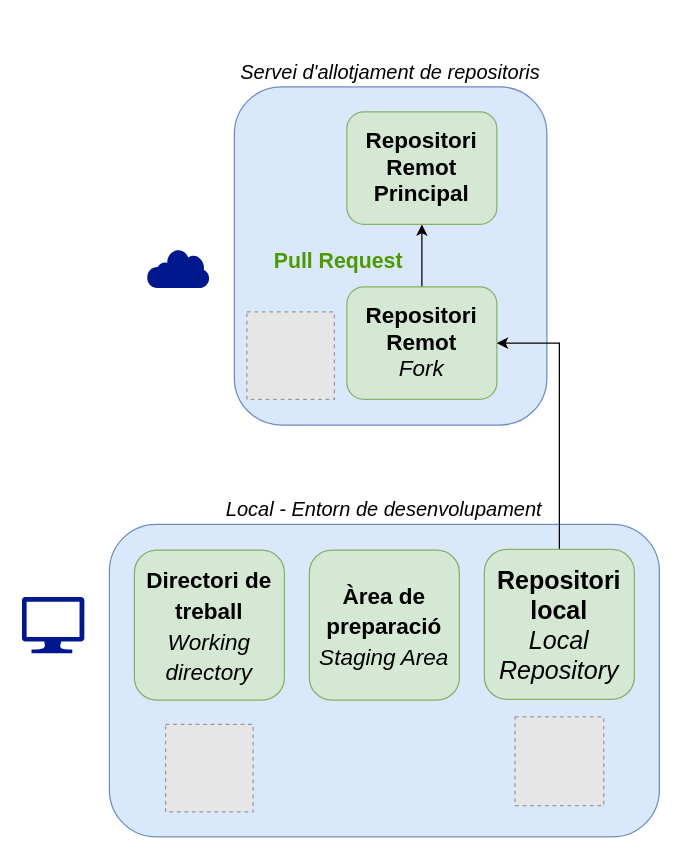
Before: docs/apunts/06_projectes/img/forks/fork.drawio in joapuiib/curs-git, a draw.io diagram. Source tidied: cells renumbered, new cells numbered last; positions are measured from the earlier drawing's top-left corner, leaving out a move shared by most shapes. Both pictures are drawn from the tidied source at 125%, with x=0, y=0 at pixel (21, 86). Pictures stored in the file or linked from it are replaced by grey dashed boxes.
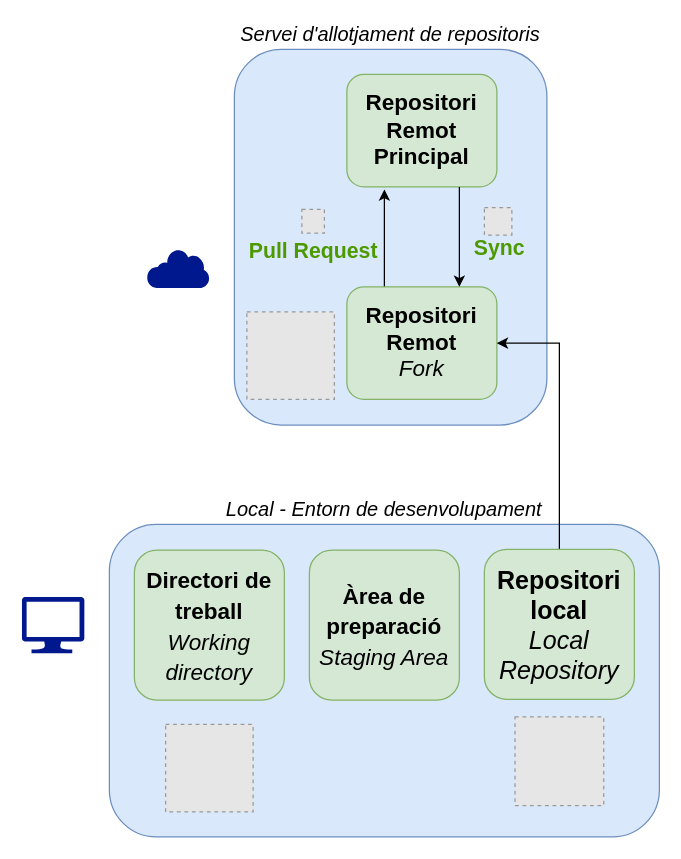
After the change.

What changed in the source:
```diff
@@
 <mxGraphModel>
   <root>
     <mxCell id="0" />
     <mxCell id="1" parent="0" />
     <mxCell id="2" value="&lt;i&gt;Servei d'allotjament de repositoris&lt;/i&gt;" style="rounded=1;whiteSpace=wrap;html=1;verticalAlign=bottom;labelPosition=center;verticalLabelPosition=top;align=center;textDirection=ltr;labelBackgroundColor=none;spacingTop=0;spacing=2;fontSize=16;fillColor=#dae8fc;strokeColor=#6c8ebf;" parent="1" vertex="1">
-      <mxGeometry x="170" width="250" height="270.5" as="geometry" />
+      <mxGeometry x="170" y="-30" width="250" height="300.5" as="geometry" />
     </mxCell>
     <mxCell id="3" value="&lt;i&gt;Local - Entorn de desenvolupament&lt;/i&gt;" style="rounded=1;whiteSpace=wrap;html=1;verticalAlign=bottom;labelPosition=center;verticalLabelPosition=top;align=center;textDirection=ltr;labelBackgroundColor=none;spacingTop=0;spacing=2;fontSize=16;fillColor=#dae8fc;strokeColor=#6c8ebf;" parent="1" vertex="1">
       <mxGeometry x="70" y="350" width="440" height="250" as="geometry" />
     </mxCell>
     <mxCell id="4" style="sketch=0;shadow=0;dashed=0;html=1;strokeColor=none;labelPosition=center;verticalLabelPosition=bottom;verticalAlign=top;align=center;fillColor=#00188D;shape=mxgraph.mscae.enterprise.internet;" parent="1" vertex="1">
       <mxGeometry x="100" y="129.8" width="50" height="31" as="geometry" />
     </mxCell>
     <mxCell id="5" style="sketch=0;shadow=0;dashed=0;html=1;strokeColor=none;labelPosition=center;verticalLabelPosition=bottom;verticalAlign=top;align=center;fillColor=#00188D;shape=mxgraph.azure.computer;" parent="1" vertex="1">
       <mxGeometry y="408.1" width="50" height="45" as="geometry" />
     </mxCell>
-    <mxCell id="6" value="&lt;font style=&quot;font-size: 17px;&quot; color=&quot;#4d9900&quot;&gt;&lt;b style=&quot;&quot;&gt;Pull Request&lt;/b&gt;&lt;/font&gt;" style="edgeStyle=orthogonalEdgeStyle;rounded=0;jettySize=auto;html=1;exitX=0.5;exitY=0;exitDx=0;exitDy=0;labelBackgroundColor=none;align=left;" parent="1" edge="1" source="7" target="15">
-      <mxGeometry x="-0.2" y="120" relative="1" as="geometry" />
+    <mxCell id="6" value="&lt;font style=&quot;font-size: 17px; color: rgb(77, 153, 0);&quot;&gt;&lt;b style=&quot;&quot;&gt;Pull Request&lt;/b&gt;&lt;/font&gt;" style="edgeStyle=orthogonalEdgeStyle;rounded=0;orthogonalLoop=1;jettySize=auto;html=1;exitX=0.25;exitY=0;exitDx=0;exitDy=0;labelBackgroundColor=none;align=left;entryX=0.25;entryY=1;entryDx=0;entryDy=0;" parent="1" edge="1">
+      <mxGeometry x="-0.25" y="110" relative="1" as="geometry">
+        <mxPoint x="290" y="162" as="sourcePoint" />
+        <mxPoint x="290" y="82" as="targetPoint" />
+      </mxGeometry>
     </mxCell>
     <mxCell id="7" value="&lt;b style=&quot;font-size: 18px;&quot;&gt;Repositori Remot&lt;/b&gt;&lt;div&gt;&lt;span style=&quot;font-size: 18px;&quot;&gt;&lt;i style=&quot;&quot;&gt;Fork&lt;/i&gt;&lt;/span&gt;&lt;/div&gt;" style="rounded=1;whiteSpace=wrap;html=1;fontSize=18;fillColor=#d5e8d4;strokeColor=#82b366;" parent="1" vertex="1">
       <mxGeometry x="260" y="160" width="120" height="90" as="geometry" />
     </mxCell>
     <mxCell id="8" style="edgeStyle=orthogonalEdgeStyle;rounded=0;jettySize=auto;html=1;exitX=0.5;exitY=0;exitDx=0;exitDy=0;entryX=1;entryY=0.5;entryDx=0;entryDy=0;" parent="1" edge="1" source="9" target="7">
       <mxGeometry relative="1" as="geometry" />
     </mxCell>
     <mxCell id="9" value="&lt;b&gt;Repositori local&lt;/b&gt;&lt;i&gt;&lt;br&gt;Local Repository&lt;/i&gt;" style="rounded=1;whiteSpace=wrap;html=1;fontSize=20;fillColor=#d5e8d4;strokeColor=#82b366;" parent="1" vertex="1">
       <mxGeometry x="370" y="370" width="120" height="120" as="geometry" />
     </mxCell>
     <mxCell id="10" value="&lt;b style=&quot;border-color: var(--border-color); font-size: 18px;&quot;&gt;Àrea de preparació&lt;/b&gt;&lt;br style=&quot;border-color: var(--border-color); font-size: 18px;&quot;&gt;&lt;i style=&quot;border-color: var(--border-color); font-size: 18px;&quot;&gt;Staging Area&lt;/i&gt;" style="rounded=1;whiteSpace=wrap;html=1;fontSize=20;fillColor=#d5e8d4;strokeColor=#82b366;" parent="1" vertex="1">
       <mxGeometry x="230" y="370.6" width="120" height="120" as="geometry" />
     </mxCell>
     <mxCell id="11" value="&lt;b style=&quot;border-color: var(--border-color); font-size: 18px;&quot;&gt;Directori de treball&lt;/b&gt;&lt;br style=&quot;border-color: var(--border-color); font-size: 18px;&quot;&gt;&lt;i style=&quot;border-color: var(--border-color); font-size: 18px;&quot;&gt;Working directory&lt;/i&gt;" style="rounded=1;whiteSpace=wrap;html=1;fontSize=20;fillColor=#d5e8d4;strokeColor=#82b366;" parent="1" vertex="1">
       <mxGeometry x="90" y="370.6" width="120" height="120" as="geometry" />
     </mxCell>
     <mxCell id="12" style="fillColor=#E6E6E6;strokeColor=#999999;dashed=1;verticalLabelPosition=bottom;verticalAlign=top;" parent="1" vertex="1">
       <mxGeometry x="115" y="510" width="70" height="70" as="geometry" />
     </mxCell>
     <mxCell id="13" style="fillColor=#E6E6E6;strokeColor=#999999;dashed=1;verticalLabelPosition=bottom;verticalAlign=top;" parent="1" vertex="1">
       <mxGeometry x="394.5" y="504" width="71" height="71" as="geometry" />
     </mxCell>
     <mxCell id="14" style="fillColor=#E6E6E6;strokeColor=#999999;dashed=1;html=1;verticalAlign=top;verticalLabelPosition=bottom;labelBackgroundColor=#ffffff;" parent="1" vertex="1">
       <mxGeometry x="180" y="180" width="70" height="70" as="geometry" />
     </mxCell>
     <mxCell id="15" value="&lt;b style=&quot;font-size: 18px;&quot;&gt;Repositori Remot&lt;/b&gt;&lt;div&gt;&lt;span style=&quot;font-size: 18px;&quot;&gt;&lt;b style=&quot;&quot;&gt;Principal&lt;/b&gt;&lt;/span&gt;&lt;/div&gt;" style="rounded=1;whiteSpace=wrap;html=1;fontSize=18;fillColor=#d5e8d4;strokeColor=#82b366;" parent="1" vertex="1">
-      <mxGeometry x="260" y="20" width="120" height="90" as="geometry" />
+      <mxGeometry x="260" y="-10" width="120" height="90" as="geometry" />
     </mxCell>
+    <mxCell id="16" style="fillColor=#E6E6E6;strokeColor=#999999;dashed=1;verticalLabelPosition=bottom;verticalAlign=top;" parent="1" vertex="1">
+      <mxGeometry x="224" y="98" width="18" height="19" as="geometry" />
+    </mxCell>
+    <mxCell id="17" value="&lt;font style=&quot;font-size: 17px; color: rgb(77, 153, 0);&quot;&gt;&lt;b style=&quot;&quot;&gt;Sync&lt;/b&gt;&lt;/font&gt;" style="edgeStyle=orthogonalEdgeStyle;rounded=0;jettySize=auto;html=1;exitX=0.75;exitY=1;exitDx=0;exitDy=0;labelBackgroundColor=none;align=left;entryX=0.75;entryY=0;entryDx=0;entryDy=0;" parent="1" edge="1" source="15" target="7">
+      <mxGeometry x="0.25" y="10" relative="1" as="geometry" />
+    </mxCell>
+    <mxCell id="18" style="fillColor=#E6E6E6;strokeColor=#999999;dashed=1;verticalLabelPosition=bottom;verticalAlign=top;" parent="1" vertex="1">
+      <mxGeometry x="370" y="96.5" width="22" height="22" as="geometry" />
+    </mxCell>
   </root>
 </mxGraphModel>
```
